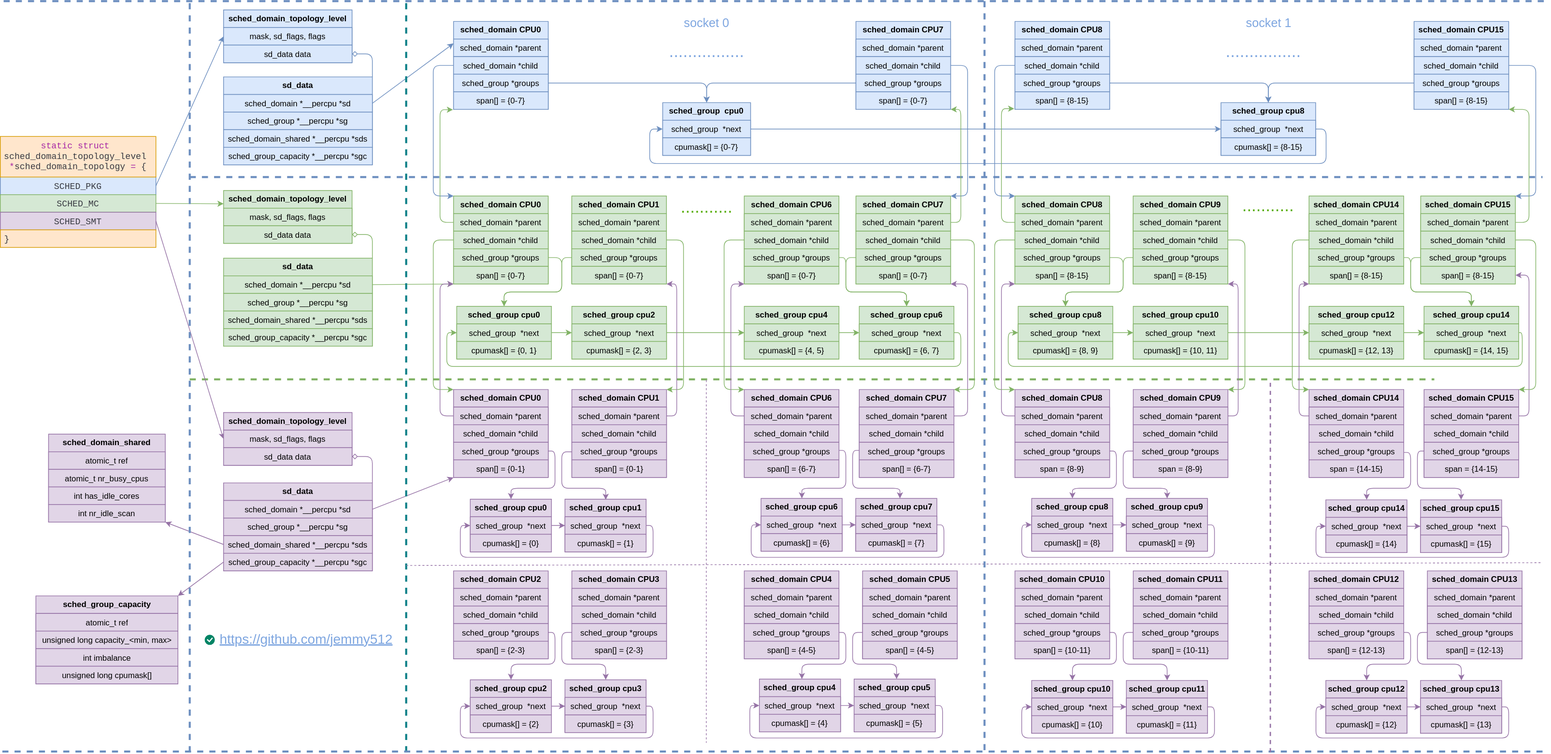
This is images/kernel/proc-sched_domain-arch.svg from jemmy512/book-notes, a draw.io export, as it was before one commit. Source tidied: cells renumbered, new cells last; positions are measured from the earlier drawing's top-left corner, leaving out a move shared by most shapes.
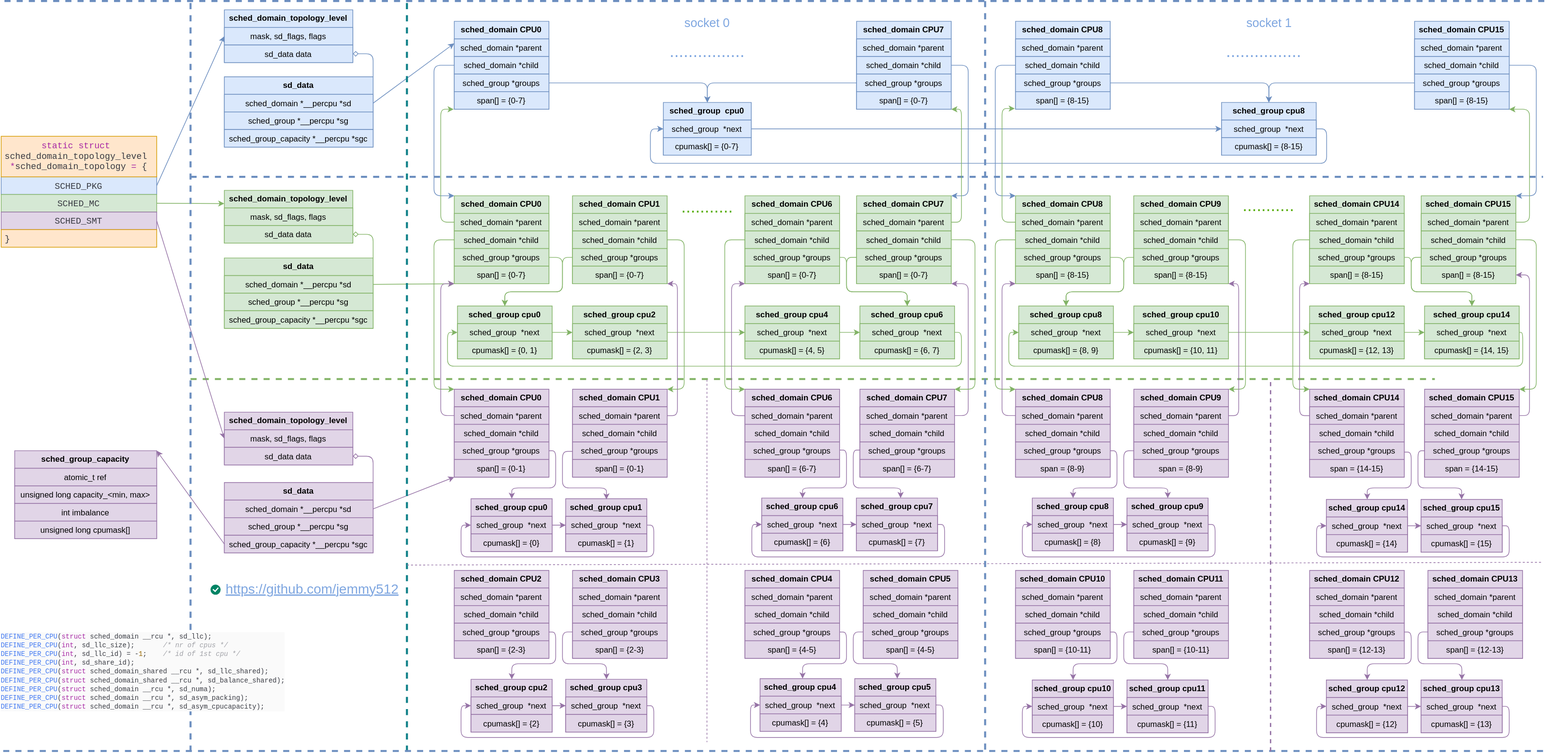
Later version of the same file.

What changed in the source:
```diff
@@ -132,12 +132,6 @@
         </Array>
       </mxGeometry>
     </mxCell>
-    <mxCell id="43" style="html=1;shadow=0;dashed=0;shape=mxgraph.atlassian.checkbox;fillColor=#008465;strokeColor=none;html=1;sketch=0;fontSize=16;align=center;" parent="1" vertex="1">
-      <mxGeometry x="302.1" y="936.5" width="15" height="15" as="geometry" />
-    </mxCell>
-    <mxCell id="44" value="https://github.com/jemmy512" style="text;html=1;strokeColor=none;fillColor=none;whiteSpace=wrap;align=center;verticalAlign=middle;fontColor=#7EA6E0;fontStyle=4;fontSize=20;" parent="1" vertex="1">
-      <mxGeometry x="370" y="922" width="165" height="40" as="geometry" />
-    </mxCell>
     <mxCell id="45" style="endArrow=none;dashed=1;html=1;rounded=0;fillColor=#d5e8d4;strokeColor=#82b366;strokeWidth=3;align=center;" parent="1" edge="1">
       <mxGeometry relative="1" as="geometry">
         <mxPoint x="280" y="559" as="sourcePoint" />
@@ -156,21 +150,6 @@
         <mxPoint x="2290" as="targetPoint" />
       </mxGeometry>
     </mxCell>
-    <mxCell id="48" value="&lt;b&gt;sched_domain_shared&lt;/b&gt;" style="swimlane;fontStyle=0;horizontal=1;startSize=26;fillColor=#e1d5e7;whiteSpace=wrap;html=1;strokeColor=#9673a6;align=center;" parent="1" vertex="1">
-      <mxGeometry x="71.3" y="640" width="172.6" height="130" as="geometry" />
-    </mxCell>
-    <mxCell id="49" value="atomic_t ref" style="text;strokeColor=#9673a6;fillColor=#e1d5e7;align=center;verticalAlign=top;spacingLeft=4;spacingRight=4;overflow=hidden;whiteSpace=wrap;html=1;" parent="48" vertex="1">
-      <mxGeometry y="26" width="172.6" height="26" as="geometry" />
-    </mxCell>
-    <mxCell id="50" value="atomic_t nr_busy_cpus" style="text;strokeColor=#9673a6;fillColor=#e1d5e7;align=center;verticalAlign=top;spacingLeft=4;spacingRight=4;overflow=hidden;whiteSpace=wrap;html=1;" parent="48" vertex="1">
-      <mxGeometry y="52" width="172.6" height="26" as="geometry" />
-    </mxCell>
-    <mxCell id="51" value="int has_idle_cores" style="text;strokeColor=#9673a6;fillColor=#e1d5e7;align=center;verticalAlign=top;spacingLeft=4;spacingRight=4;overflow=hidden;whiteSpace=wrap;html=1;" parent="48" vertex="1">
-      <mxGeometry y="78" width="172.6" height="26" as="geometry" />
-    </mxCell>
-    <mxCell id="52" value="int nr_idle_scan" style="text;strokeColor=#9673a6;fillColor=#e1d5e7;align=center;verticalAlign=top;spacingLeft=4;spacingRight=4;overflow=hidden;whiteSpace=wrap;html=1;" parent="48" vertex="1">
-      <mxGeometry y="104" width="172.6" height="26" as="geometry" />
-    </mxCell>
     <mxCell id="53" value="&lt;b&gt;sched_domain_topology_level&lt;/b&gt;" style="swimlane;fontStyle=0;horizontal=1;startSize=26;fillColor=#dae8fc;whiteSpace=wrap;html=1;strokeColor=#6c8ebf;align=center;" parent="1" vertex="1">
       <mxGeometry x="330" y="13" width="190" height="78" as="geometry" />
     </mxCell>
@@ -220,7 +199,7 @@
       <mxGeometry y="104" width="140" height="26" as="geometry" />
     </mxCell>
     <mxCell id="69" value="&lt;span style=&quot;&quot;&gt;&lt;b&gt;sd_data&lt;/b&gt;&lt;/span&gt;" style="swimlane;fontStyle=0;horizontal=1;startSize=26;fillColor=#dae8fc;whiteSpace=wrap;html=1;strokeColor=#6c8ebf;align=center;" parent="1" vertex="1">
-      <mxGeometry x="330" y="112" width="220" height="130" as="geometry" />
+      <mxGeometry x="330" y="112" width="220" height="104" as="geometry" />
     </mxCell>
     <mxCell id="70" value="sched_domain *__percpu *sd" style="text;strokeColor=#6c8ebf;fillColor=#dae8fc;align=center;verticalAlign=top;spacingLeft=4;spacingRight=4;overflow=hidden;points=[[0,0.5],[1,0.5]];portConstraint=eastwest;whiteSpace=wrap;html=1;" parent="69" vertex="1">
       <mxGeometry y="26" width="220" height="26" as="geometry" />
@@ -228,11 +207,8 @@
     <mxCell id="71" value="sched_group *__percpu *sg" style="text;strokeColor=#6c8ebf;fillColor=#dae8fc;align=center;verticalAlign=top;spacingLeft=4;spacingRight=4;overflow=hidden;whiteSpace=wrap;html=1;" parent="69" vertex="1">
       <mxGeometry y="52" width="220" height="26" as="geometry" />
     </mxCell>
-    <mxCell id="72" value="sched_domain_shared *__percpu *sds" style="text;strokeColor=#6c8ebf;fillColor=#dae8fc;align=center;verticalAlign=top;spacingLeft=4;spacingRight=4;overflow=hidden;whiteSpace=wrap;html=1;" parent="69" vertex="1">
-      <mxGeometry y="78" width="220" height="26" as="geometry" />
-    </mxCell>
     <mxCell id="73" value="sched_group_capacity *__percpu *sgc" style="text;strokeColor=#6c8ebf;fillColor=#dae8fc;align=center;verticalAlign=top;spacingLeft=4;spacingRight=4;overflow=hidden;whiteSpace=wrap;html=1;" parent="69" vertex="1">
-      <mxGeometry y="104" width="220" height="26" as="geometry" />
+      <mxGeometry y="78" width="220" height="26" as="geometry" />
     </mxCell>
     <mxCell id="74" value="&lt;b&gt;sched_domain CPU7&lt;/b&gt;" style="swimlane;fontStyle=0;horizontal=1;startSize=26;fillColor=#dae8fc;whiteSpace=wrap;html=1;strokeColor=#6c8ebf;align=center;" parent="1" vertex="1">
       <mxGeometry x="1264.9" y="30" width="140" height="130" as="geometry" />
@@ -312,7 +288,7 @@
       <mxGeometry y="52" width="190" height="26" as="geometry" />
     </mxCell>
     <mxCell id="98" value="&lt;span style=&quot;&quot;&gt;&lt;b&gt;sd_data&lt;/b&gt;&lt;/span&gt;" style="swimlane;fontStyle=0;horizontal=1;startSize=26;fillColor=#e1d5e7;whiteSpace=wrap;html=1;strokeColor=#9673a6;align=center;" parent="1" vertex="1">
-      <mxGeometry x="330" y="712" width="220" height="130" as="geometry" />
+      <mxGeometry x="330" y="712" width="220" height="104" as="geometry" />
     </mxCell>
     <mxCell id="99" value="sched_domain *__percpu *sd" style="text;strokeColor=#9673a6;fillColor=#e1d5e7;align=center;verticalAlign=top;spacingLeft=4;spacingRight=4;overflow=hidden;points=[[0,0.5],[1,0.5]];portConstraint=eastwest;whiteSpace=wrap;html=1;" parent="98" vertex="1">
       <mxGeometry y="26" width="220" height="26" as="geometry" />
@@ -320,11 +296,8 @@
     <mxCell id="100" value="sched_group *__percpu *sg" style="text;strokeColor=#9673a6;fillColor=#e1d5e7;align=center;verticalAlign=top;spacingLeft=4;spacingRight=4;overflow=hidden;whiteSpace=wrap;html=1;" parent="98" vertex="1">
       <mxGeometry y="52" width="220" height="26" as="geometry" />
     </mxCell>
-    <mxCell id="101" value="sched_domain_shared *__percpu *sds" style="text;strokeColor=#9673a6;fillColor=#e1d5e7;align=center;verticalAlign=top;spacingLeft=4;spacingRight=4;overflow=hidden;points=[[0,0.5],[1,0.5]];portConstraint=eastwest;whiteSpace=wrap;html=1;" parent="98" vertex="1">
-      <mxGeometry y="78" width="220" height="26" as="geometry" />
-    </mxCell>
     <mxCell id="102" value="sched_group_capacity *__percpu *sgc" style="text;strokeColor=#9673a6;fillColor=#e1d5e7;align=center;verticalAlign=top;spacingLeft=4;spacingRight=4;overflow=hidden;points=[[0,0.5],[1,0.5]];portConstraint=eastwest;whiteSpace=wrap;html=1;" parent="98" vertex="1">
-      <mxGeometry y="104" width="220" height="26" as="geometry" />
+      <mxGeometry y="78" width="220" height="26" as="geometry" />
     </mxCell>
     <mxCell id="103" value="&lt;b&gt;sched_domain CPU1&lt;/b&gt;" style="swimlane;fontStyle=0;horizontal=1;startSize=26;fillColor=#e1d5e7;whiteSpace=wrap;html=1;strokeColor=#9673a6;align=center;" parent="1" vertex="1">
       <mxGeometry x="844.9" y="574" width="140" height="130" as="geometry" />
@@ -1056,7 +1029,7 @@
       <mxGeometry y="52" width="190" height="26" as="geometry" />
     </mxCell>
     <mxCell id="279" value="&lt;span style=&quot;&quot;&gt;&lt;b&gt;sd_data&lt;/b&gt;&lt;/span&gt;" style="swimlane;fontStyle=0;horizontal=1;startSize=26;fillColor=#d5e8d4;whiteSpace=wrap;html=1;strokeColor=#82b366;align=center;" parent="1" vertex="1">
-      <mxGeometry x="330" y="380" width="220" height="130" as="geometry" />
+      <mxGeometry x="330" y="380" width="220" height="104" as="geometry" />
     </mxCell>
     <mxCell id="280" value="sched_domain *__percpu *sd" style="text;strokeColor=#82b366;fillColor=#d5e8d4;align=center;verticalAlign=top;spacingLeft=4;spacingRight=4;overflow=hidden;points=[[0,0.5],[1,0.5]];portConstraint=eastwest;whiteSpace=wrap;html=1;" parent="279" vertex="1">
       <mxGeometry y="26" width="220" height="26" as="geometry" />
@@ -1064,11 +1037,8 @@
     <mxCell id="281" value="sched_group *__percpu *sg" style="text;strokeColor=#82b366;fillColor=#d5e8d4;align=center;verticalAlign=top;spacingLeft=4;spacingRight=4;overflow=hidden;whiteSpace=wrap;html=1;" parent="279" vertex="1">
       <mxGeometry y="52" width="220" height="26" as="geometry" />
     </mxCell>
-    <mxCell id="282" value="sched_domain_shared *__percpu *sds" style="text;strokeColor=#82b366;fillColor=#d5e8d4;align=center;verticalAlign=top;spacingLeft=4;spacingRight=4;overflow=hidden;whiteSpace=wrap;html=1;" parent="279" vertex="1">
-      <mxGeometry y="78" width="220" height="26" as="geometry" />
-    </mxCell>
     <mxCell id="283" value="sched_group_capacity *__percpu *sgc" style="text;strokeColor=#82b366;fillColor=#d5e8d4;align=center;verticalAlign=top;spacingLeft=4;spacingRight=4;overflow=hidden;whiteSpace=wrap;html=1;" parent="279" vertex="1">
-      <mxGeometry y="104" width="220" height="26" as="geometry" />
+      <mxGeometry y="78" width="220" height="26" as="geometry" />
     </mxCell>
     <mxCell id="284" style="shape=connector;rounded=1;jettySize=auto;html=1;strokeColor=#82b366;align=center;verticalAlign=middle;fontFamily=Helvetica;fontSize=11;fontColor=default;labelBackgroundColor=default;endArrow=classic;fillColor=#d5e8d4;exitX=1;exitY=0.5;exitDx=0;exitDy=0;entryX=0;entryY=1;entryDx=0;entryDy=0;" parent="1" edge="1" source="280" target="14">
       <mxGeometry relative="1" as="geometry" />
@@ -1242,7 +1212,7 @@
       </mxGeometry>
     </mxCell>
     <mxCell id="328" value="&lt;b&gt;sched_group_capacity&lt;/b&gt;" style="swimlane;fontStyle=0;horizontal=1;startSize=26;fillColor=#e1d5e7;whiteSpace=wrap;html=1;strokeColor=#9673a6;align=center;" parent="1" vertex="1">
-      <mxGeometry x="52.6" y="879" width="210" height="130" as="geometry" />
+      <mxGeometry x="20" y="665" width="210" height="130" as="geometry" />
     </mxCell>
     <mxCell id="329" value="atomic_t ref" style="text;strokeColor=#9673a6;fillColor=#e1d5e7;align=center;verticalAlign=top;spacingLeft=4;spacingRight=4;overflow=hidden;whiteSpace=wrap;html=1;" parent="328" vertex="1">
       <mxGeometry y="26" width="210" height="26" as="geometry" />
@@ -1256,9 +1226,6 @@
     <mxCell id="332" value="unsigned long cpumask[]" style="text;strokeColor=#9673a6;fillColor=#e1d5e7;align=center;verticalAlign=top;spacingLeft=4;spacingRight=4;overflow=hidden;whiteSpace=wrap;html=1;" parent="328" vertex="1">
       <mxGeometry y="104" width="210" height="26" as="geometry" />
     </mxCell>
-    <mxCell id="333" style="shape=connector;rounded=1;jettySize=auto;html=1;entryX=1;entryY=1;entryDx=0;entryDy=0;strokeColor=#9673a6;align=center;verticalAlign=middle;fontFamily=Helvetica;fontSize=11;fontColor=default;labelBackgroundColor=default;endArrow=classic;fillColor=#e1d5e7;exitX=0;exitY=0.5;exitDx=0;exitDy=0;" parent="1" edge="1" source="101" target="48">
-      <mxGeometry relative="1" as="geometry" />
-    </mxCell>
     <mxCell id="334" style="shape=connector;rounded=1;jettySize=auto;html=1;entryX=1;entryY=0;entryDx=0;entryDy=0;strokeColor=#9673a6;align=center;verticalAlign=middle;fontFamily=Helvetica;fontSize=11;fontColor=default;labelBackgroundColor=default;endArrow=classic;fillColor=#e1d5e7;exitX=0;exitY=0.5;exitDx=0;exitDy=0;" parent="1" edge="1" source="102" target="328">
       <mxGeometry relative="1" as="geometry" />
     </mxCell>
@@ -1469,5 +1436,17 @@
         </Array>
       </mxGeometry>
     </mxCell>
+    <mxCell id="366" value="&lt;div style=&quot;color: rgb(56, 58, 66); background-color: rgb(250, 250, 250); font-family: Courier, Menlo, Monaco, &amp;quot;Courier New&amp;quot;, monospace; white-space: pre; line-height: 100%;&quot;&gt;&lt;div style=&quot;&quot;&gt;&lt;font style=&quot;font-size: 10px;&quot;&gt;&lt;span style=&quot;color: rgb(64, 120, 242);&quot;&gt;DEFINE_PER_CPU&lt;/span&gt;(&lt;span style=&quot;color: rgb(166, 38, 164);&quot;&gt;struct&lt;/span&gt; sched_domain __rcu *, sd_llc);&lt;/font&gt;&lt;/div&gt;&lt;div style=&quot;&quot;&gt;&lt;font style=&quot;font-size: 10px;&quot;&gt;&lt;span style=&quot;color: #4078f2;&quot;&gt;DEFINE_PER_CPU&lt;/span&gt;(&lt;span style=&quot;color: #a626a4;&quot;&gt;int&lt;/span&gt;, sd_llc_size);&lt;span style=&quot;color: #a0a1a7;font-style: italic;&quot;&gt;       /* nr of cpus */&lt;/span&gt;&lt;/font&gt;&lt;/div&gt;&lt;div style=&quot;&quot;&gt;&lt;font style=&quot;font-size: 10px;&quot;&gt;&lt;span style=&quot;color: #4078f2;&quot;&gt;DEFINE_PER_CPU&lt;/span&gt;(&lt;span style=&quot;color: #a626a4;&quot;&gt;int&lt;/span&gt;, sd_llc_id) = -&lt;span style=&quot;color: #986801;&quot;&gt;1&lt;/span&gt;;&lt;span style=&quot;color: #a0a1a7;font-style: italic;&quot;&gt;    /* id of 1st cpu */&lt;/span&gt;&lt;/font&gt;&lt;/div&gt;&lt;div style=&quot;&quot;&gt;&lt;font style=&quot;font-size: 10px;&quot;&gt;&lt;span style=&quot;color: #4078f2;&quot;&gt;DEFINE_PER_CPU&lt;/span&gt;(&lt;span style=&quot;color: #a626a4;&quot;&gt;int&lt;/span&gt;, sd_share_id);&lt;/font&gt;&lt;/div&gt;&lt;div style=&quot;&quot;&gt;&lt;font style=&quot;font-size: 10px;&quot;&gt;&lt;span style=&quot;color: #4078f2;&quot;&gt;DEFINE_PER_CPU&lt;/span&gt;(&lt;span style=&quot;color: #a626a4;&quot;&gt;struct&lt;/span&gt; sched_domain_shared __rcu *, sd_llc_shared);&lt;/font&gt;&lt;/div&gt;&lt;div style=&quot;&quot;&gt;&lt;font style=&quot;font-size: 10px;&quot;&gt;&lt;span style=&quot;color: #4078f2;&quot;&gt;DEFINE_PER_CPU&lt;/span&gt;(&lt;span style=&quot;color: #a626a4;&quot;&gt;struct&lt;/span&gt; sched_domain_shared __rcu *, sd_balance_shared);&lt;/font&gt;&lt;/div&gt;&lt;div style=&quot;&quot;&gt;&lt;font style=&quot;font-size: 10px;&quot;&gt;&lt;span style=&quot;color: #4078f2;&quot;&gt;DEFINE_PER_CPU&lt;/span&gt;(&lt;span style=&quot;color: #a626a4;&quot;&gt;struct&lt;/span&gt; sched_domain __rcu *, sd_numa);&lt;/font&gt;&lt;/div&gt;&lt;div style=&quot;&quot;&gt;&lt;font style=&quot;font-size: 10px;&quot;&gt;&lt;span style=&quot;color: #4078f2;&quot;&gt;DEFINE_PER_CPU&lt;/span&gt;(&lt;span style=&quot;color: #a626a4;&quot;&gt;struct&lt;/span&gt; sched_domain __rcu *, sd_asym_packing);&lt;/font&gt;&lt;/div&gt;&lt;div style=&quot;&quot;&gt;&lt;font style=&quot;font-size: 10px;&quot;&gt;&lt;span style=&quot;color: rgb(64, 120, 242);&quot;&gt;DEFINE_PER_CPU&lt;/span&gt;(&lt;span style=&quot;color: rgb(166, 38, 164);&quot;&gt;struct&lt;/span&gt; sched_domain __rcu *, sd_asym_cpucapacity);&lt;/font&gt;&lt;/div&gt;&lt;/div&gt;" style="text;html=1;whiteSpace=wrap;strokeColor=none;fillColor=none;align=left;verticalAlign=middle;rounded=0;" parent="1" vertex="1">
+      <mxGeometry x="-2" y="977" width="60" height="30" as="geometry" />
+    </mxCell>
+    <mxCell id="367" style="group;" parent="1" vertex="1">
+      <mxGeometry x="310" y="849" width="232.9" height="40" as="geometry" />
+    </mxCell>
+    <mxCell id="43" style="html=1;shadow=0;dashed=0;shape=mxgraph.atlassian.checkbox;fillColor=#008465;strokeColor=none;html=1;sketch=0;fontSize=16;align=center;" parent="367" vertex="1">
+      <mxGeometry y="14.5" width="15" height="15" as="geometry" />
+    </mxCell>
+    <mxCell id="44" value="https://github.com/jemmy512" style="text;html=1;strokeColor=none;fillColor=none;whiteSpace=wrap;align=center;verticalAlign=middle;fontColor=#7EA6E0;fontStyle=4;fontSize=20;" parent="367" vertex="1">
+      <mxGeometry x="67.9" width="165" height="40" as="geometry" />
+    </mxCell>
   </root>
 </mxGraphModel>
```
